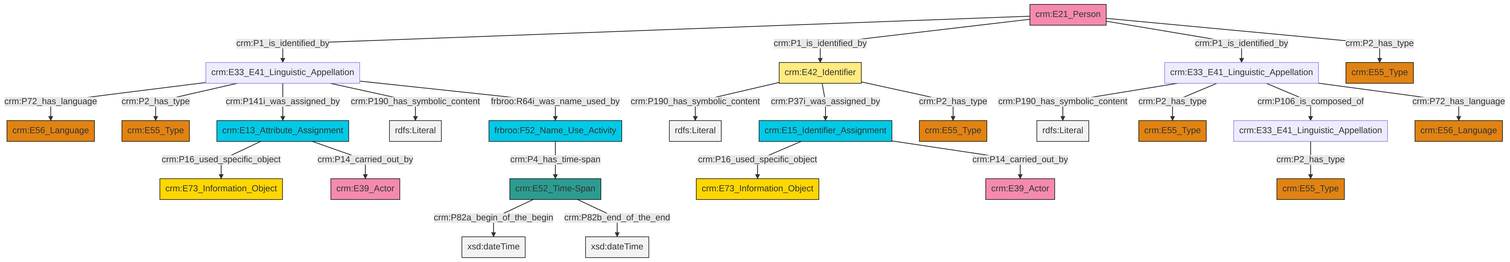
Before: et/personCSV/ttl/mmd/png/Person_Names_and_Classification.png, a diagram exported from Mermaid (swiss-art-research-net/docs.swissartresearch). Its source is kept beside it as et/personCSV/ttl/mmd/Person_Names_and_Classification.ttl.mmd.
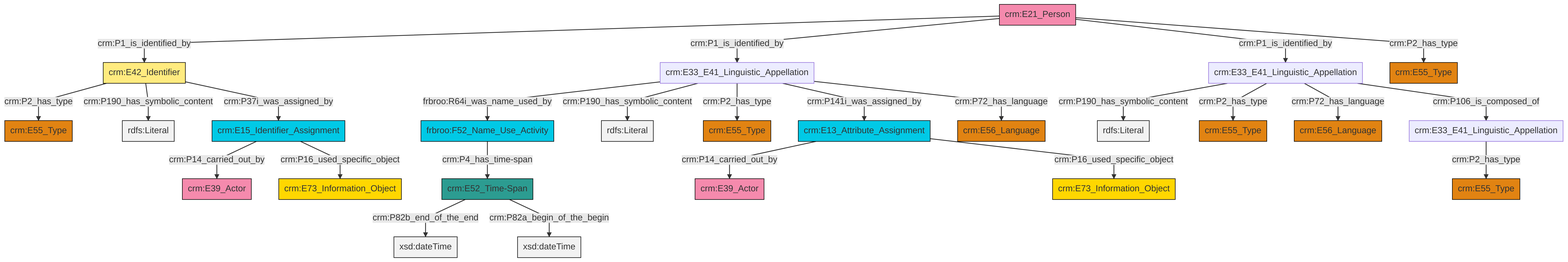
Later version of the same file.

The edit, as a diff of the source:
```diff
@@ -13,27 +13,27 @@
 classDef PC_Classes fill:#4ce600, stroke:#000000;
 classDef Multi fill:#cccccc,stroke:#000000;
 
-0["crm:E21_Person"]:::Actor -->|crm:P1_is_identified_by| 1["crm:E33_E41_Linguistic_Appellation"]:::Default
-1["crm:E33_E41_Linguistic_Appellation"]:::Default -->|crm:P72_has_language| 2["crm:E56_Language"]:::Type
-5["crm:E13_Attribute_Assignment"]:::Temporal_Entity -->|crm:P16_used_specific_object| 6["crm:E73_Information_Object"]:::Conceptual_Object
-5["crm:E13_Attribute_Assignment"]:::Temporal_Entity -->|crm:P14_carried_out_by| 13["crm:E39_Actor"]:::Actor
-14["crm:E15_Identifier_Assignment"]:::Temporal_Entity -->|crm:P16_used_specific_object| 15["crm:E73_Information_Object"]:::Conceptual_Object
-16["crm:E33_E41_Linguistic_Appellation"]:::Default -->|crm:P190_has_symbolic_content| 17[rdfs:Literal]:::Literal
-18["crm:E33_E41_Linguistic_Appellation"]:::Default -->|crm:P2_has_type| 19["crm:E55_Type"]:::Type
-16["crm:E33_E41_Linguistic_Appellation"]:::Default -->|crm:P2_has_type| 10["crm:E55_Type"]:::Type
-14["crm:E15_Identifier_Assignment"]:::Temporal_Entity -->|crm:P14_carried_out_by| 20["crm:E39_Actor"]:::Actor
-1["crm:E33_E41_Linguistic_Appellation"]:::Default -->|crm:P2_has_type| 28["crm:E55_Type"]:::Type
-26["frbroo:F52_Name_Use_Activity"]:::Temporal_Entity -->|crm:P4_has_time-span| 29["crm:E52_Time-Span"]:::Time-Span
-1["crm:E33_E41_Linguistic_Appellation"]:::Default -->|crm:P141i_was_assigned_by| 5["crm:E13_Attribute_Assignment"]:::Temporal_Entity
-29["crm:E52_Time-Span"]:::Time-Span -->|crm:P82a_begin_of_the_begin| 30[xsd:dateTime]:::Literal
-1["crm:E33_E41_Linguistic_Appellation"]:::Default -->|crm:P190_has_symbolic_content| 31[rdfs:Literal]:::Literal
-16["crm:E33_E41_Linguistic_Appellation"]:::Default -->|crm:P106_is_composed_of| 18["crm:E33_E41_Linguistic_Appellation"]:::Default
-8["crm:E42_Identifier"]:::Appellation -->|crm:P190_has_symbolic_content| 33[rdfs:Literal]:::Literal
-1["crm:E33_E41_Linguistic_Appellation"]:::Default -->|frbroo:R64i_was_name_used_by| 26["frbroo:F52_Name_Use_Activity"]:::Temporal_Entity
-29["crm:E52_Time-Span"]:::Time-Span -->|crm:P82b_end_of_the_end| 34[xsd:dateTime]:::Literal
-0["crm:E21_Person"]:::Actor -->|crm:P1_is_identified_by| 8["crm:E42_Identifier"]:::Appellation
-8["crm:E42_Identifier"]:::Appellation -->|crm:P37i_was_assigned_by| 14["crm:E15_Identifier_Assignment"]:::Temporal_Entity
-8["crm:E42_Identifier"]:::Appellation -->|crm:P2_has_type| 23["crm:E55_Type"]:::Type
-16["crm:E33_E41_Linguistic_Appellation"]:::Default -->|crm:P72_has_language| 37["crm:E56_Language"]:::Type
-0["crm:E21_Person"]:::Actor -->|crm:P1_is_identified_by| 16["crm:E33_E41_Linguistic_Appellation"]:::Default
-0["crm:E21_Person"]:::Actor -->|crm:P2_has_type| 3["crm:E55_Type"]:::Type
+2["crm:E21_Person"]:::Actor -->|crm:P1_is_identified_by| 3["crm:E42_Identifier"]:::Appellation
+2["crm:E21_Person"]:::Actor -->|crm:P1_is_identified_by| 14["crm:E33_E41_Linguistic_Appellation"]:::Default
+4["crm:E13_Attribute_Assignment"]:::Temporal_Entity -->|crm:P14_carried_out_by| 15["crm:E39_Actor"]:::Actor
+16["crm:E15_Identifier_Assignment"]:::Temporal_Entity -->|crm:P14_carried_out_by| 6["crm:E39_Actor"]:::Actor
+14["crm:E33_E41_Linguistic_Appellation"]:::Default -->|frbroo:R64i_was_name_used_by| 8["frbroo:F52_Name_Use_Activity"]:::Temporal_Entity
+14["crm:E33_E41_Linguistic_Appellation"]:::Default -->|crm:P190_has_symbolic_content| 23[rdfs:Literal]:::Literal
+14["crm:E33_E41_Linguistic_Appellation"]:::Default -->|crm:P2_has_type| 29["crm:E55_Type"]:::Type
+10["crm:E33_E41_Linguistic_Appellation"]:::Default -->|crm:P190_has_symbolic_content| 30[rdfs:Literal]:::Literal
+19["crm:E33_E41_Linguistic_Appellation"]:::Default -->|crm:P2_has_type| 17["crm:E55_Type"]:::Type
+3["crm:E42_Identifier"]:::Appellation -->|crm:P2_has_type| 33["crm:E55_Type"]:::Type
+4["crm:E13_Attribute_Assignment"]:::Temporal_Entity -->|crm:P16_used_specific_object| 36["crm:E73_Information_Object"]:::Conceptual_Object
+14["crm:E33_E41_Linguistic_Appellation"]:::Default -->|crm:P141i_was_assigned_by| 4["crm:E13_Attribute_Assignment"]:::Temporal_Entity
+3["crm:E42_Identifier"]:::Appellation -->|crm:P190_has_symbolic_content| 37[rdfs:Literal]:::Literal
+27["crm:E52_Time-Span"]:::Time-Span -->|crm:P82b_end_of_the_end| 38[xsd:dateTime]:::Literal
+2["crm:E21_Person"]:::Actor -->|crm:P1_is_identified_by| 10["crm:E33_E41_Linguistic_Appellation"]:::Default
+8["frbroo:F52_Name_Use_Activity"]:::Temporal_Entity -->|crm:P4_has_time-span| 27["crm:E52_Time-Span"]:::Time-Span
+10["crm:E33_E41_Linguistic_Appellation"]:::Default -->|crm:P2_has_type| 34["crm:E55_Type"]:::Type
+14["crm:E33_E41_Linguistic_Appellation"]:::Default -->|crm:P72_has_language| 12["crm:E56_Language"]:::Type
+3["crm:E42_Identifier"]:::Appellation -->|crm:P37i_was_assigned_by| 16["crm:E15_Identifier_Assignment"]:::Temporal_Entity
+27["crm:E52_Time-Span"]:::Time-Span -->|crm:P82a_begin_of_the_begin| 43[xsd:dateTime]:::Literal
+10["crm:E33_E41_Linguistic_Appellation"]:::Default -->|crm:P72_has_language| 0["crm:E56_Language"]:::Type
+2["crm:E21_Person"]:::Actor -->|crm:P2_has_type| 21["crm:E55_Type"]:::Type
+16["crm:E15_Identifier_Assignment"]:::Temporal_Entity -->|crm:P16_used_specific_object| 25["crm:E73_Information_Object"]:::Conceptual_Object
+10["crm:E33_E41_Linguistic_Appellation"]:::Default -->|crm:P106_is_composed_of| 19["crm:E33_E41_Linguistic_Appellation"]:::Default
```
